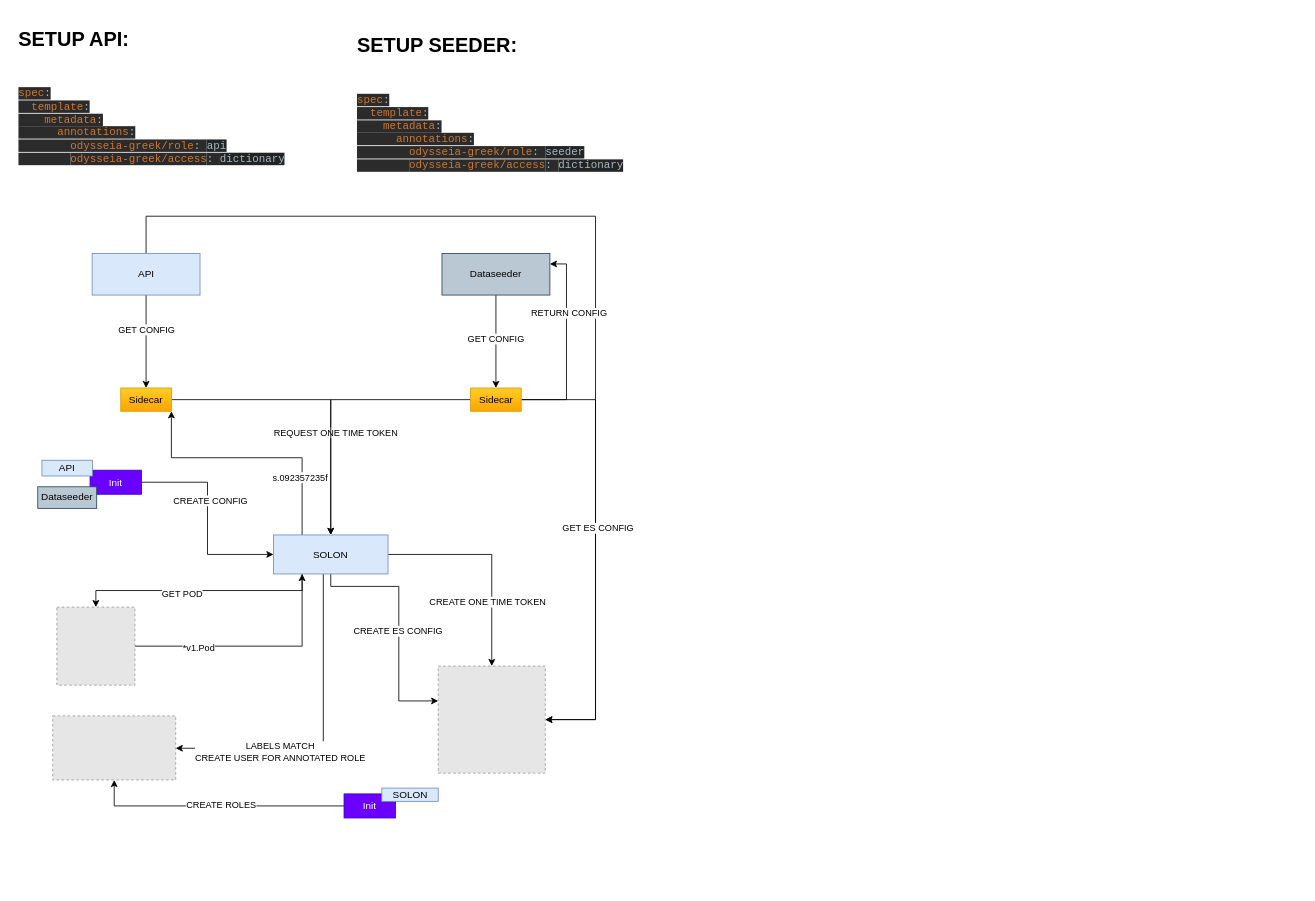
This is profile/drawio/solon-flow.drawio from odysseia-greek/.github, a draw.io file, before an edit. Source tidied: cells renumbered, new cells numbered last; positions are measured from the earlier drawing's top-left corner, leaving out a move shared by most shapes. Both pictures are drawn from the tidied source at 83%, with x=0, y=0 at pixel (14, 22). Pictures stored in the file or linked from it are replaced by grey dashed boxes.
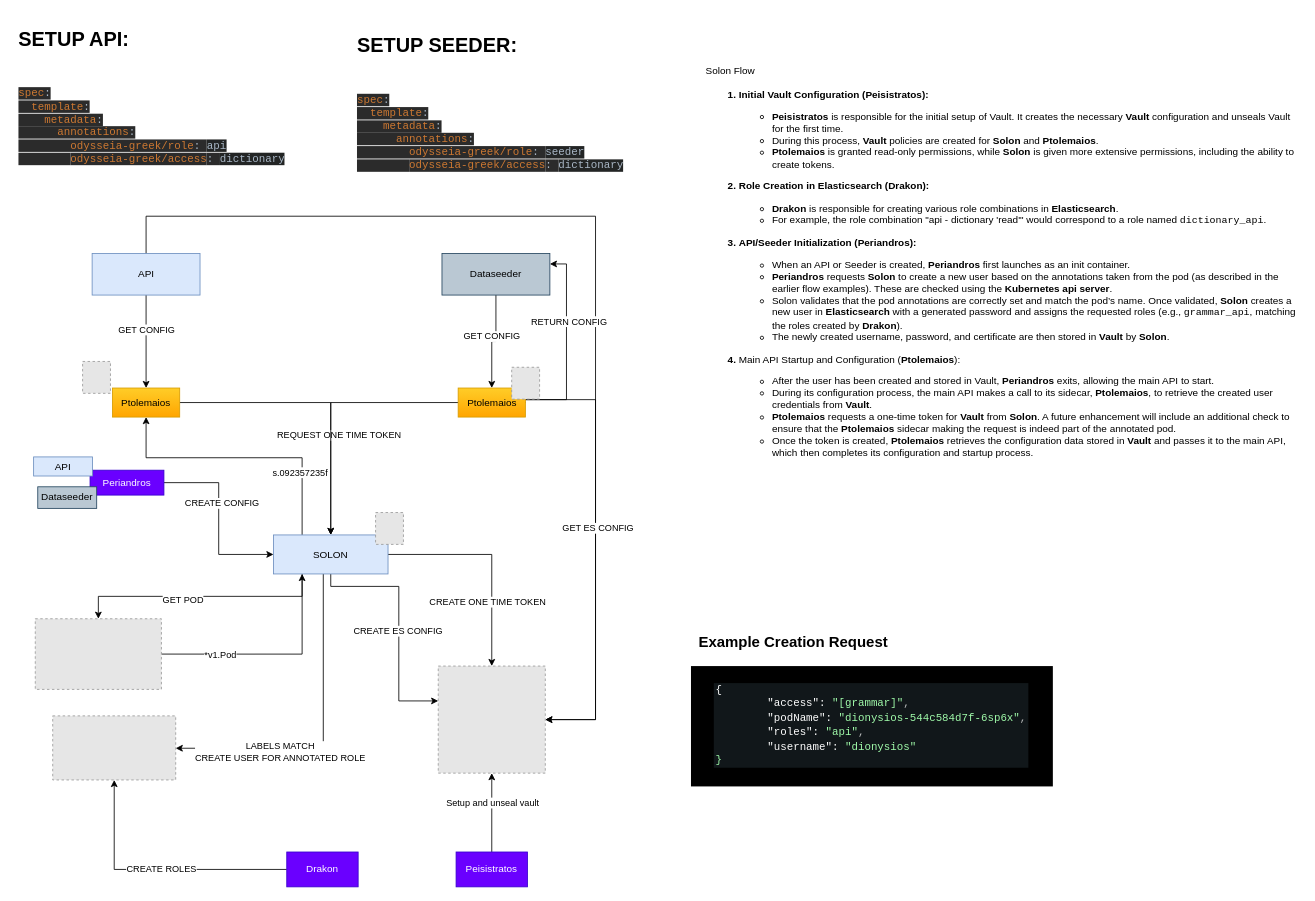
After the change.

The change refers to these unchanged cells:
```xml
<mxCell id="2" style="fillColor=#E6E6E6;strokeColor=#999999;dashed=1;verticalLabelPosition=bottom;labelBackgroundColor=#ffffff;verticalAlign=top;" parent="1" vertex="1">
  <mxGeometry x="510.5" y="775" width="129" height="129" as="geometry" />
</mxCell>
<mxCell id="13" value="SOLON" style="rounded=0;whiteSpace=wrap;html=1;fillColor=#dae8fc;strokeColor=#6c8ebf;" parent="1" vertex="1">
  <mxGeometry x="312" y="617" width="138" height="47" as="geometry" />
</mxCell>
<mxCell id="24" value="Dataseeder" style="rounded=0;whiteSpace=wrap;html=1;fillColor=#bac8d3;strokeColor=#23445d;" parent="1" vertex="1">
  <mxGeometry x="515" y="278" width="130" height="50" as="geometry" />
</mxCell>
```

Diff of the diagram source:
```diff
@@
-    <mxCell id="5" style="edgeStyle=orthogonalEdgeStyle;rounded=0;jettySize=auto;html=1;exitX=0.25;exitY=1;exitDx=0;exitDy=0;" parent="1" edge="1" source="13" target="33">
+    <mxCell id="5" style="edgeStyle=orthogonalEdgeStyle;rounded=0;jettySize=auto;html=1;exitX=0.25;exitY=1;exitDx=0;exitDy=0;entryX=0.5;entryY=0;entryDx=0;entryDy=0;" parent="1" edge="1" source="13" target="46">
       <mxGeometry relative="1" as="geometry" />
     </mxCell>
@@
-    <mxCell id="9" style="edgeStyle=orthogonalEdgeStyle;rounded=0;jettySize=auto;html=1;exitX=0.25;exitY=0;exitDx=0;exitDy=0;entryX=1;entryY=1;entryDx=0;entryDy=0;" parent="1" edge="1" source="13" target="20">
+    <mxCell id="9" style="edgeStyle=orthogonalEdgeStyle;rounded=0;jettySize=auto;html=1;exitX=0.25;exitY=0;exitDx=0;exitDy=0;entryX=0.5;entryY=1;entryDx=0;entryDy=0;" parent="1" edge="1" source="13" target="20">
       <mxGeometry relative="1" as="geometry">
         <Array as="points">
           <mxPoint x="347" y="524" />
-          <mxPoint x="189" y="524" />
+          <mxPoint x="159" y="524" />
         </Array>
       </mxGeometry>
     </mxCell>
@@
-    <mxCell id="20" value="Sidecar" style="rounded=0;whiteSpace=wrap;html=1;fillColor=#ffcd28;strokeColor=#d79b00;gradientColor=#ffa500;" parent="1" vertex="1">
-      <mxGeometry x="128" y="440" width="61" height="28" as="geometry" />
+    <mxCell id="20" value="Ptolemaios" style="rounded=0;whiteSpace=wrap;html=1;fillColor=#ffcd28;strokeColor=#d79b00;gradientColor=#ffa500;" parent="1" vertex="1">
+      <mxGeometry x="118" y="440" width="81" height="35" as="geometry" />
     </mxCell>
-    <mxCell id="21" style="edgeStyle=orthogonalEdgeStyle;rounded=0;jettySize=auto;html=1;entryX=0.5;entryY=0;entryDx=0;entryDy=0;" parent="1" edge="1" source="24" target="30">
+    <mxCell id="21" style="edgeStyle=orthogonalEdgeStyle;rounded=0;jettySize=auto;html=1;entryX=0.5;entryY=0;entryDx=0;entryDy=0;" parent="1" edge="1" source="24" target="50">
       <mxGeometry relative="1" as="geometry" />
     </mxCell>
@@
-    <mxCell id="25" style="edgeStyle=orthogonalEdgeStyle;rounded=0;jettySize=auto;html=1;" parent="1" edge="1" source="30" target="13">
-      <mxGeometry relative="1" as="geometry" />
-    </mxCell>
-    <mxCell id="26" style="edgeStyle=orthogonalEdgeStyle;rounded=0;jettySize=auto;html=1;entryX=1;entryY=0.5;entryDx=0;entryDy=0;" parent="1" edge="1" source="30" target="2">
+    <mxCell id="26" style="edgeStyle=orthogonalEdgeStyle;rounded=0;jettySize=auto;html=1;entryX=1;entryY=0.5;entryDx=0;entryDy=0;" parent="1" edge="1" target="2">
       <mxGeometry relative="1" as="geometry">
+        <mxPoint x="610.5" y="454" as="sourcePoint" />
         <Array as="points">
           <mxPoint x="700" y="454" />
           <mxPoint x="700" y="840" />
         </Array>
       </mxGeometry>
     </mxCell>
@@
-    <mxCell id="28" style="edgeStyle=orthogonalEdgeStyle;rounded=0;jettySize=auto;html=1;entryX=1;entryY=0.25;entryDx=0;entryDy=0;" parent="1" edge="1" source="30" target="24">
+    <mxCell id="28" style="edgeStyle=orthogonalEdgeStyle;rounded=0;jettySize=auto;html=1;entryX=1;entryY=0.25;entryDx=0;entryDy=0;exitX=1;exitY=0.5;exitDx=0;exitDy=0;" parent="1" edge="1" source="50" target="24">
       <mxGeometry relative="1" as="geometry">
         <Array as="points">
+          <mxPoint x="600" y="454" />
           <mxPoint x="665" y="454" />
           <mxPoint x="665" y="291" />
         </Array>
       </mxGeometry>
     </mxCell>
@@
-    <mxCell id="30" value="Sidecar" style="rounded=0;whiteSpace=wrap;html=1;fillColor=#ffcd28;strokeColor=#d79b00;gradientColor=#ffa500;" parent="1" vertex="1">
-      <mxGeometry x="549.5" y="440" width="61" height="28" as="geometry" />
-    </mxCell>
-    <mxCell id="31" style="edgeStyle=orthogonalEdgeStyle;rounded=0;jettySize=auto;html=1;entryX=0.25;entryY=1;entryDx=0;entryDy=0;" parent="1" edge="1" source="33" target="13">
+    <mxCell id="31" style="edgeStyle=orthogonalEdgeStyle;rounded=0;jettySize=auto;html=1;entryX=0.25;entryY=1;entryDx=0;entryDy=0;exitX=1;exitY=0.5;exitDx=0;exitDy=0;" parent="1" edge="1" source="46" target="13">
       <mxGeometry relative="1" as="geometry" />
     </mxCell>
@@
-    <mxCell id="33" style="fillColor=#E6E6E6;strokeColor=#999999;dashed=1;verticalLabelPosition=bottom;verticalAlign=top;fontColor=#393C56;" parent="1" vertex="1">
-      <mxGeometry x="51" y="704" width="94" height="94" as="geometry" />
-    </mxCell>
@@
-    <mxCell id="38" value="Init" style="rounded=0;whiteSpace=wrap;html=1;fillColor=#6a00ff;strokeColor=#3700CC;fontColor=#ffffff;" parent="1" vertex="1">
-      <mxGeometry x="91" y="539" width="62" height="29" as="geometry" />
+    <mxCell id="38" value="Periandros" style="rounded=0;whiteSpace=wrap;html=1;fillColor=#6a00ff;strokeColor=#3700CC;fontColor=#ffffff;" parent="1" vertex="1">
+      <mxGeometry x="91" y="539" width="89" height="30" as="geometry" />
     </mxCell>
@@
-    <mxCell id="42" value="Init" style="rounded=0;whiteSpace=wrap;html=1;fillColor=#6a00ff;strokeColor=#3700CC;fontColor=#ffffff;" parent="1" vertex="1">
-      <mxGeometry x="397" y="929" width="62" height="29" as="geometry" />
+    <mxCell id="42" value="Drakon" style="rounded=0;whiteSpace=wrap;html=1;fillColor=#6a00ff;strokeColor=#3700CC;fontColor=#ffffff;" parent="1" vertex="1">
+      <mxGeometry x="328" y="999" width="86" height="42" as="geometry" />
     </mxCell>
-    <mxCell id="43" value="SOLON" style="rounded=0;whiteSpace=wrap;html=1;fillColor=#dae8fc;strokeColor=#6c8ebf;" parent="1" vertex="1">
-      <mxGeometry x="442.5" y="922" width="68" height="16" as="geometry" />
-    </mxCell>
     <mxCell id="44" value="API" style="rounded=0;whiteSpace=wrap;html=1;fillColor=#dae8fc;strokeColor=#6c8ebf;" parent="1" vertex="1">
-      <mxGeometry x="33" y="527" width="61" height="19" as="geometry" />
+      <mxGeometry x="23" y="523" width="71" height="23" as="geometry" />
     </mxCell>
@@
+    <mxCell id="46" style="fillColor=#E6E6E6;strokeColor=#999999;dashed=1;verticalLabelPosition=bottom;labelBackgroundColor=default;verticalAlign=top;" parent="1" vertex="1">
+      <mxGeometry x="25" y="718" width="152" height="85.1" as="geometry" />
+    </mxCell>
+    <mxCell id="47" style="fillColor=#E6E6E6;strokeColor=#999999;dashed=1;verticalLabelPosition=bottom;verticalAlign=top;fontColor=#393C56;" parent="1" vertex="1">
+      <mxGeometry x="435" y="590" width="33.6" height="38.4" as="geometry" />
+    </mxCell>
+    <mxCell id="48" style="fillColor=#E6E6E6;strokeColor=#999999;dashed=1;verticalLabelPosition=bottom;verticalAlign=top;fontColor=#393C56;" parent="1" vertex="1">
+      <mxGeometry x="82" y="408" width="33.6" height="38.4" as="geometry" />
+    </mxCell>
+    <mxCell id="49" style="edgeStyle=orthogonalEdgeStyle;rounded=0;jettySize=auto;html=1;" parent="1" edge="1" source="50" target="13">
+      <mxGeometry relative="1" as="geometry" />
+    </mxCell>
+    <mxCell id="50" value="Ptolemaios" style="rounded=0;whiteSpace=wrap;html=1;fillColor=#ffcd28;strokeColor=#d79b00;gradientColor=#ffa500;" parent="1" vertex="1">
+      <mxGeometry x="534.5" y="440" width="81" height="35" as="geometry" />
+    </mxCell>
+    <mxCell id="51" style="fillColor=#E6E6E6;strokeColor=#999999;dashed=1;verticalLabelPosition=bottom;verticalAlign=top;fontColor=#393C56;" parent="1" vertex="1">
+      <mxGeometry x="599" y="415" width="33.6" height="38.4" as="geometry" />
+    </mxCell>
+    <mxCell id="52" style="edgeStyle=orthogonalEdgeStyle;rounded=0;jettySize=auto;html=1;" parent="1" edge="1" source="54" target="2">
+      <mxGeometry relative="1" as="geometry" />
+    </mxCell>
+    <mxCell id="53" value="Setup and unseal vault" style="edgeLabel;html=1;align=center;verticalAlign=middle;" parent="52" vertex="1">
+      <mxGeometry x="0.27" relative="1" as="geometry" />
+    </mxCell>
+    <mxCell id="54" value="Peisistratos" style="rounded=0;whiteSpace=wrap;html=1;fillColor=#6a00ff;strokeColor=#3700CC;fontColor=#ffffff;" parent="1" vertex="1">
+      <mxGeometry x="532" y="999" width="86" height="42" as="geometry" />
+    </mxCell>
+    <mxCell id="55" value="&lt;h3 style=&quot;&quot;&gt;&lt;font style=&quot;font-size: 12px; font-weight: normal;&quot;&gt;Solon Flow&lt;/font&gt;&lt;/h3&gt;&lt;h1 style=&quot;margin-top: 0px;&quot;&gt;&lt;ol style=&quot;font-size: 12px;&quot;&gt;&lt;li style=&quot;&quot;&gt;&lt;p&gt;&lt;font style=&quot;font-size: 12px;&quot;&gt;Initial Vault Configuration (Peisistratos):&lt;/font&gt;&lt;/p&gt;&lt;ul&gt;&lt;li&gt;&lt;font style=&quot;font-size: 12px;&quot;&gt;Peisistratos&lt;span style=&quot;font-weight: normal;&quot;&gt; is responsible for the initial setup of Vault. It creates the necessary &lt;/span&gt;Vault&lt;span style=&quot;font-weight: normal;&quot;&gt; configuration and unseals Vault for the first time.&lt;/span&gt;&lt;/font&gt;&lt;/li&gt;&lt;li&gt;&lt;font style=&quot;font-size: 12px;&quot;&gt;&lt;span style=&quot;font-weight: normal;&quot;&gt;During this process, &lt;/span&gt;Vault&lt;span style=&quot;font-weight: normal;&quot;&gt; policies are created for &lt;/span&gt;Solon&lt;span style=&quot;font-weight: normal;&quot;&gt; and &lt;/span&gt;Ptolemaios&lt;span style=&quot;font-weight: normal;&quot;&gt;.&lt;/span&gt;&lt;/font&gt;&lt;/li&gt;&lt;li&gt;&lt;font style=&quot;font-size: 12px;&quot;&gt;Ptolemaios&lt;span style=&quot;font-weight: normal;&quot;&gt; is granted read-only permissions, while &lt;/span&gt;Solon&lt;span style=&quot;font-weight: normal;&quot;&gt; is given more extensive permissions, including the ability to create tokens.&lt;/span&gt;&lt;/font&gt;&lt;/li&gt;&lt;/ul&gt;&lt;/li&gt;&lt;li style=&quot;&quot;&gt;&lt;p&gt;&lt;font style=&quot;font-size: 12px;&quot;&gt;Role Creation in Elasticsearch (Drakon):&lt;/font&gt;&lt;/p&gt;&lt;ul&gt;&lt;li&gt;&lt;font style=&quot;font-size: 12px;&quot;&gt;Drakon&lt;span style=&quot;font-weight: normal;&quot;&gt; is responsible for creating various role combinations in &lt;/span&gt;Elasticsearch&lt;span style=&quot;font-weight: normal;&quot;&gt;.&lt;/span&gt;&lt;/font&gt;&lt;/li&gt;&lt;li&gt;&lt;font style=&quot;font-size: 12px; font-weight: normal;&quot;&gt;For example, the role combination &quot;api - dictionary 'read'&quot; would correspond to a role named &lt;code&gt;dictionary_api&lt;/code&gt;.&lt;/font&gt;&lt;/li&gt;&lt;/ul&gt;&lt;/li&gt;&lt;li style=&quot;&quot;&gt;&lt;p&gt;&lt;font style=&quot;font-size: 12px;&quot;&gt;API/Seeder Initialization (Periandros):&lt;/font&gt;&lt;/p&gt;&lt;ul&gt;&lt;li&gt;&lt;font style=&quot;font-size: 12px;&quot;&gt;&lt;span style=&quot;font-weight: normal;&quot;&gt;When an API or Seeder is created, &lt;/span&gt;Periandros&lt;span style=&quot;font-weight: normal;&quot;&gt; first launches as an init container.&lt;/span&gt;&lt;/font&gt;&lt;/li&gt;&lt;li&gt;&lt;font style=&quot;font-size: 12px;&quot;&gt;Periandros&lt;span style=&quot;font-weight: normal;&quot;&gt; requests &lt;/span&gt;Solon&lt;span style=&quot;font-weight: normal;&quot;&gt; to create a new user based on the annotations taken from the pod (as described in the earlier flow examples). These are checked using the &lt;/span&gt;Kubernetes&lt;span style=&quot;font-weight: normal;&quot;&gt; &lt;/span&gt;api&lt;span style=&quot;font-weight: normal;&quot;&gt; &lt;/span&gt;server&lt;span style=&quot;font-weight: normal;&quot;&gt;.&lt;/span&gt;&lt;/font&gt;&lt;/li&gt;&lt;li&gt;&lt;font style=&quot;font-size: 12px;&quot;&gt;&lt;span style=&quot;font-weight: normal;&quot;&gt;Solon validates that the pod annotations are correctly set and match the pod’s name. Once validated, &lt;/span&gt;Solon&lt;span style=&quot;font-weight: normal;&quot;&gt; creates a new user in &lt;/span&gt;Elasticsearch&lt;span style=&quot;font-weight: normal;&quot;&gt; with a generated password and assigns the requested roles (e.g., &lt;/span&gt;&lt;code style=&quot;font-weight: normal;&quot;&gt;grammar_api&lt;/code&gt;&lt;span style=&quot;font-weight: normal;&quot;&gt;, matching the roles created by &lt;/span&gt;Drakon&lt;span style=&quot;font-weight: normal;&quot;&gt;).&lt;/span&gt;&lt;/font&gt;&lt;/li&gt;&lt;li&gt;&lt;font style=&quot;font-size: 12px;&quot;&gt;&lt;span style=&quot;font-weight: normal;&quot;&gt;The newly created username, password, and certificate are then stored in &lt;/span&gt;Vault&lt;span style=&quot;font-weight: normal;&quot;&gt; by &lt;/span&gt;Solon&lt;span style=&quot;font-weight: normal;&quot;&gt;.&lt;/span&gt;&lt;/font&gt;&lt;/li&gt;&lt;/ul&gt;&lt;/li&gt;&lt;li style=&quot;&quot;&gt;&lt;p style=&quot;&quot;&gt;&lt;font style=&quot;font-size: 12px; font-weight: normal;&quot;&gt;Main API Startup and Configuration (&lt;/font&gt;&lt;font style=&quot;font-size: 12px;&quot;&gt;Ptolemaios&lt;/font&gt;&lt;font style=&quot;font-size: 12px; font-weight: normal;&quot;&gt;):&lt;/font&gt;&lt;/p&gt;&lt;ul style=&quot;&quot;&gt;&lt;li style=&quot;&quot;&gt;&lt;font style=&quot;font-size: 12px;&quot;&gt;&lt;span style=&quot;font-weight: normal;&quot;&gt;After the user has been created and stored in Vault, &lt;/span&gt;Periandros&lt;span style=&quot;font-weight: normal;&quot;&gt; exits, allowing the main API to start.&lt;/span&gt;&lt;/font&gt;&lt;/li&gt;&lt;li style=&quot;&quot;&gt;&lt;font style=&quot;font-size: 12px;&quot;&gt;&lt;span style=&quot;font-weight: normal;&quot;&gt;During its configuration process, the main API makes a call to its sidecar, &lt;/span&gt;Ptolemaios&lt;span style=&quot;font-weight: normal;&quot;&gt;, to retrieve the created user credentials from &lt;/span&gt;Vault&lt;span style=&quot;font-weight: normal;&quot;&gt;.&lt;/span&gt;&lt;/font&gt;&lt;/li&gt;&lt;li style=&quot;&quot;&gt;&lt;font style=&quot;font-size: 12px;&quot;&gt;Ptolemaios&lt;span style=&quot;font-weight: normal;&quot;&gt; requests a one-time token for &lt;/span&gt;&lt;/font&gt;&lt;font style=&quot;font-size: 12px;&quot;&gt;Vault&lt;/font&gt;&lt;font style=&quot;font-size: 12px;&quot;&gt;&lt;span style=&quot;font-weight: normal;&quot;&gt; from &lt;/span&gt;Solon&lt;span style=&quot;font-weight: normal;&quot;&gt;. A future enhancement will include an additional check to ensure that the &lt;/span&gt;Ptolemaios&lt;span style=&quot;font-weight: normal;&quot;&gt; sidecar making the request is indeed part of the annotated pod.&lt;/span&gt;&lt;/font&gt;&lt;/li&gt;&lt;li style=&quot;&quot;&gt;&lt;font style=&quot;font-size: 12px;&quot;&gt;&lt;span style=&quot;font-weight: normal;&quot;&gt;Once the token is created, &lt;/span&gt;Ptolemaios&lt;span style=&quot;font-weight: normal;&quot;&gt; retrieves the configuration data stored in &lt;/span&gt;Vault&lt;span style=&quot;font-weight: normal;&quot;&gt; and passes it to the main API, which then completes its configuration and startup process.&lt;/span&gt;&lt;/font&gt;&lt;/li&gt;&lt;/ul&gt;&lt;/li&gt;&lt;/ol&gt;&lt;/h1&gt;" style="text;html=1;whiteSpace=wrap;overflow=hidden;rounded=0;" parent="1" vertex="1">
+      <mxGeometry x="831" y="28" width="719" height="655" as="geometry" />
+    </mxCell>
+    <mxCell id="56" value="&lt;br&gt;&lt;ul class=&quot;obj collapsible&quot; style=&quot;box-sizing: border-box; -webkit-tap-highlight-color: rgba(255, 255, 255, 0); list-style-type: none; padding: 0px; margin: 0px 0px 0px 2em; color: rgb(255, 255, 255); font-family: monospace; font-size: 13px; font-style: normal; font-variant-ligatures: normal; font-variant-caps: normal; font-weight: 400; letter-spacing: normal; orphans: 2; text-align: left; text-indent: 0px; text-transform: none; widows: 2; word-spacing: 0px; -webkit-text-stroke-width: 0px; white-space: pre; background-color: rgb(17, 23, 26); text-decoration-thickness: initial; text-decoration-style: initial; text-decoration-color: initial;&quot;&gt;&lt;li style=&quot;box-sizing: border-box; -webkit-tap-highlight-color: rgba(255, 255, 255, 0); position: relative; display: block;&quot;&gt;&lt;div class=&quot;hoverable&quot; style=&quot;box-sizing: border-box; -webkit-tap-highlight-color: rgba(255, 255, 255, 0); padding: 1px 2px; border-radius: 2px; display: inline-block;&quot;&gt;&lt;span class=&quot;property token string&quot; style=&quot;box-sizing: border-box; -webkit-tap-highlight-color: rgba(255, 255, 255, 0); color: white;&quot;&gt;{ &lt;br&gt;&lt;span style=&quot;white-space: pre;&quot;&gt;&#9;&lt;/span&gt;&quot;access&quot;&lt;/span&gt;: &lt;span class=&quot;token string&quot; style=&quot;box-sizing: border-box; -webkit-tap-highlight-color: rgba(255, 255, 255, 0); color: rgb(160, 251, 170);&quot;&gt;&quot;[grammar]&quot;&lt;/span&gt;&lt;span class=&quot;token punctuation&quot; style=&quot;box-sizing: border-box; -webkit-tap-highlight-color: rgba(255, 255, 255, 0); opacity: 0.7;&quot;&gt;,&lt;/span&gt;&lt;/div&gt;&lt;/li&gt;&lt;li style=&quot;box-sizing: border-box; -webkit-tap-highlight-color: rgba(255, 255, 255, 0); position: relative; display: block;&quot;&gt;&lt;div class=&quot;hoverable&quot; style=&quot;box-sizing: border-box; -webkit-tap-highlight-color: rgba(255, 255, 255, 0); padding: 1px 2px; border-radius: 2px; display: inline-block;&quot;&gt;&lt;span class=&quot;property token string&quot; style=&quot;box-sizing: border-box; -webkit-tap-highlight-color: rgba(255, 255, 255, 0); color: white;&quot;&gt;&lt;span style=&quot;white-space: pre;&quot;&gt;&#9;&lt;/span&gt;&quot;podName&quot;&lt;/span&gt;: &lt;span class=&quot;token string&quot; style=&quot;box-sizing: border-box; -webkit-tap-highlight-color: rgba(255, 255, 255, 0); color: rgb(160, 251, 170);&quot;&gt;&quot;dionysios-544c584d7f-6sp6x&quot;&lt;/span&gt;&lt;span class=&quot;token punctuation&quot; style=&quot;box-sizing: border-box; -webkit-tap-highlight-color: rgba(255, 255, 255, 0); opacity: 0.7;&quot;&gt;,&lt;/span&gt;&lt;/div&gt;&lt;/li&gt;&lt;li style=&quot;box-sizing: border-box; -webkit-tap-highlight-color: rgba(255, 255, 255, 0); position: relative; display: block;&quot;&gt;&lt;div class=&quot;hoverable&quot; style=&quot;box-sizing: border-box; -webkit-tap-highlight-color: rgba(255, 255, 255, 0); padding: 1px 2px; border-radius: 2px; display: inline-block;&quot;&gt;&lt;span class=&quot;property token string&quot; style=&quot;box-sizing: border-box; -webkit-tap-highlight-color: rgba(255, 255, 255, 0); color: white;&quot;&gt;&lt;span style=&quot;white-space: pre;&quot;&gt;&#9;&lt;/span&gt;&quot;roles&quot;&lt;/span&gt;: &lt;span class=&quot;token string&quot; style=&quot;box-sizing: border-box; -webkit-tap-highlight-color: rgba(255, 255, 255, 0); color: rgb(160, 251, 170);&quot;&gt;&quot;api&quot;&lt;/span&gt;&lt;span class=&quot;token punctuation&quot; style=&quot;box-sizing: border-box; -webkit-tap-highlight-color: rgba(255, 255, 255, 0); opacity: 0.7;&quot;&gt;,&lt;/span&gt;&lt;/div&gt;&lt;/li&gt;&lt;li style=&quot;box-sizing: border-box; -webkit-tap-highlight-color: rgba(255, 255, 255, 0); position: relative; display: block;&quot;&gt;&lt;div class=&quot;hoverable&quot; style=&quot;box-sizing: border-box; -webkit-tap-highlight-color: rgba(255, 255, 255, 0); padding: 1px 2px; border-radius: 2px; display: inline-block;&quot;&gt;&lt;span class=&quot;property token string&quot; style=&quot;box-sizing: border-box; -webkit-tap-highlight-color: rgba(255, 255, 255, 0); color: white;&quot;&gt;&lt;span style=&quot;white-space: pre;&quot;&gt;&#9;&lt;/span&gt;&quot;username&quot;&lt;/span&gt;: &lt;span class=&quot;token string&quot; style=&quot;box-sizing: border-box; -webkit-tap-highlight-color: rgba(255, 255, 255, 0); color: rgb(160, 251, 170);&quot;&gt;&quot;dionysios&quot;&lt;br&gt;}&lt;/span&gt;&lt;/div&gt;&lt;/li&gt;&lt;/ul&gt;" style="text;whiteSpace=wrap;html=1;fillColor=#000000;fillStyle=solid;" parent="1" vertex="1">
+      <mxGeometry x="815" y="775" width="436" height="145" as="geometry" />
+    </mxCell>
+    <mxCell id="57" value="&lt;b&gt;&lt;font style=&quot;font-size: 18px;&quot;&gt;Example Creation Request&lt;/font&gt;&lt;/b&gt;" style="text;html=1;align=center;verticalAlign=middle;strokeColor=none;fillColor=none;" parent="1" vertex="1">
+      <mxGeometry x="815" y="729" width="246" height="34" as="geometry" />
+    </mxCell>
```
